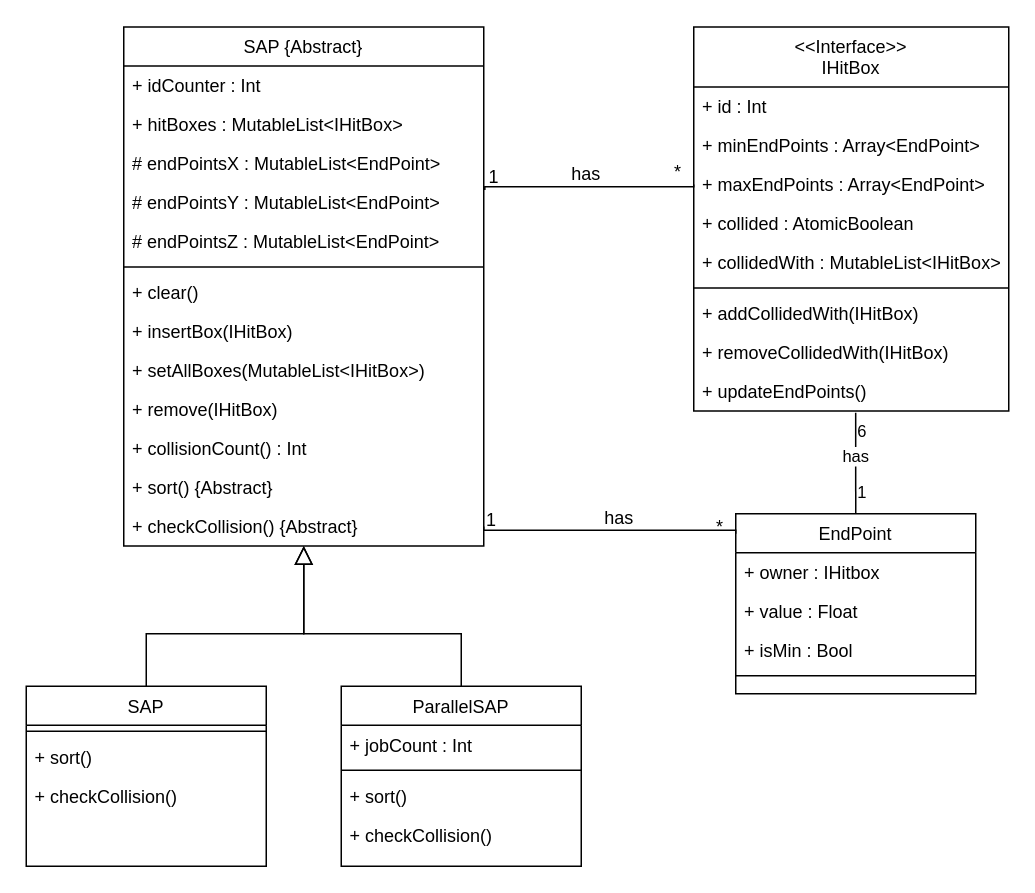
Before: Documents/Diagrams/SAP class diagram.drawio in DennisGoss99/BachelorThesis, a draw.io diagram. Source tidied: cells renumbered, new cells numbered last; positions are measured from the earlier drawing's top-left corner, leaving out a move shared by most shapes. Both pictures are drawn from the tidied source at 150%, with x=0, y=0 at pixel (26, 27).
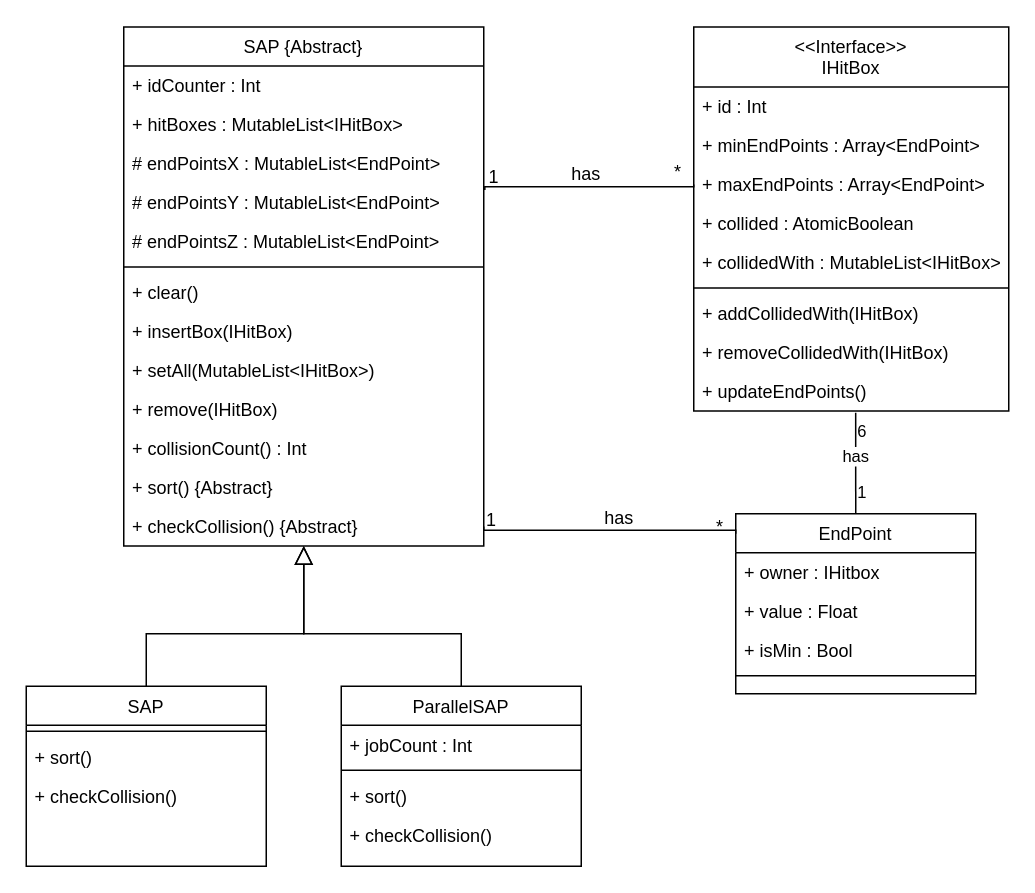
The same diagram, later.

Unchanged cells that the change refers to:
```xml
<mxCell id="2" value="SAP {Abstract}" style="swimlane;fontStyle=0;align=center;verticalAlign=top;horizontal=1;startSize=26;rounded=0;shadow=0;strokeWidth=1;fillColor=none;" parent="1" vertex="1">
  <mxGeometry x="65" y="-0.5" width="240" height="346" as="geometry" />
</mxCell>
```

The edit, as a diff of the source:
```diff
@@
-    <mxCell id="11" value="+ setAllBoxes(MutableList&lt;IHitBox&gt;)" style="text;strokeColor=none;fillColor=none;align=left;verticalAlign=top;spacingLeft=4;spacingRight=4;overflow=hidden;" parent="2" vertex="1">
+    <mxCell id="11" value="+ setAll(MutableList&lt;IHitBox&gt;)" style="text;strokeColor=none;fillColor=none;align=left;verticalAlign=top;spacingLeft=4;spacingRight=4;overflow=hidden;" parent="2" vertex="1">
       <mxGeometry y="216" width="240" height="26" as="geometry" />
     </mxCell>
```
